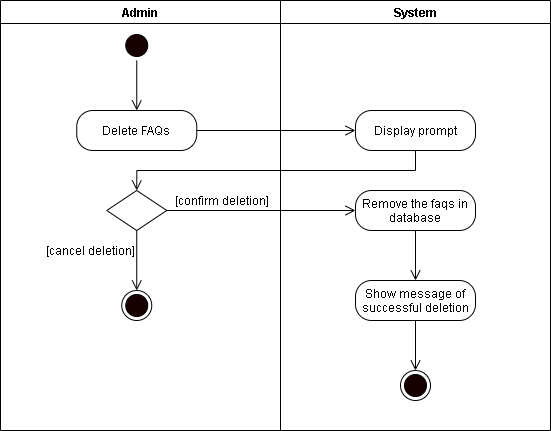
This is REVISIONS/UML-DIAGRAMS/6-9-2021/ACTIVITY DIAGRAM/21-Delete Faqs.png from mrklglsn/CAPSTONE-FILES, a draw.io export, as it was before one commit. Source tidied: cells renumbered, new cells last; positions are measured from the earlier drawing's top-left corner, leaving out a move shared by most shapes.
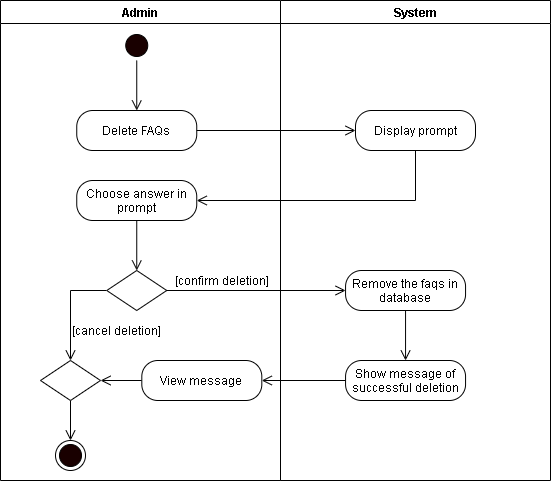
The same file after the commit.

What changed in the source:
```diff
@@ -3,7 +3,7 @@
     <mxCell id="0" />
     <mxCell id="1" parent="0" />
     <mxCell id="2" value="Admin" style="swimlane;startSize=23;" parent="1" vertex="1">
-      <mxGeometry width="280" height="430" as="geometry" />
+      <mxGeometry width="280" height="480" as="geometry" />
     </mxCell>
     <mxCell id="3" style="edgeStyle=orthogonalEdgeStyle;rounded=0;jettySize=auto;html=1;exitX=0.5;exitY=1;exitDx=0;exitDy=0;entryX=0.5;entryY=0;entryDx=0;entryDy=0;endArrow=open;endFill=0;endSize=8;" parent="2" edge="1" source="4">
       <mxGeometry relative="1" as="geometry">
@@ -16,54 +16,69 @@
     <mxCell id="5" value="Delete FAQs" style="rounded=1;whiteSpace=wrap;html=1;arcSize=40;" parent="2" vertex="1">
       <mxGeometry x="76.2" y="110" width="120" height="40" as="geometry" />
     </mxCell>
+    <mxCell id="21" style="edgeStyle=orthogonalEdgeStyle;rounded=0;jettySize=auto;html=1;exitX=0;exitY=0.5;exitDx=0;exitDy=0;endArrow=open;endFill=0;endSize=8;entryX=0.5;entryY=0;entryDx=0;entryDy=0;" parent="2" edge="1" source="6" target="23">
+      <mxGeometry relative="1" as="geometry" />
+    </mxCell>
     <mxCell id="6" style="rhombus;whiteSpace=wrap;html=1;" parent="2" vertex="1">
-      <mxGeometry x="106.2" y="190" width="60" height="40" as="geometry" />
+      <mxGeometry x="106.2" y="270" width="60" height="40" as="geometry" />
     </mxCell>
     <mxCell id="7" value="[confirm deletion]" style="text;html=1;align=center;verticalAlign=middle;strokeColor=none;" parent="2" vertex="1">
-      <mxGeometry x="166.2" y="190" width="110" height="20" as="geometry" />
+      <mxGeometry x="166.2" y="270" width="110" height="20" as="geometry" />
     </mxCell>
     <mxCell id="8" value="[cancel deletion]" style="text;html=1;align=center;verticalAlign=middle;strokeColor=none;" parent="2" vertex="1">
-      <mxGeometry x="40" y="240" width="100" height="20" as="geometry" />
+      <mxGeometry x="66.2" y="320" width="100" height="20" as="geometry" />
     </mxCell>
     <mxCell id="9" style="ellipse;html=1;shape=endState;fillColor=#190000;" parent="2" vertex="1">
-      <mxGeometry x="121.2" y="290" width="30" height="30" as="geometry" />
+      <mxGeometry x="55" y="440" width="30" height="30" as="geometry" />
     </mxCell>
-    <mxCell id="10" style="edgeStyle=orthogonalEdgeStyle;rounded=0;jettySize=auto;html=1;exitX=0.5;exitY=1;exitDx=0;exitDy=0;endArrow=open;endFill=0;endSize=8;entryX=0.5;entryY=0;entryDx=0;entryDy=0;" parent="2" edge="1" source="6" target="9">
-      <mxGeometry relative="1" as="geometry" />
-    </mxCell>
+    <mxCell id="22" style="edgeStyle=orthogonalEdgeStyle;rounded=0;jettySize=auto;html=1;exitX=0.5;exitY=1;exitDx=0;exitDy=0;entryX=0.5;entryY=0;entryDx=0;entryDy=0;endArrow=open;endFill=0;endSize=8;" parent="2" edge="1" source="23" target="9">
+      <mxGeometry relative="1" as="geometry" />
+    </mxCell>
+    <mxCell id="23" style="rhombus;whiteSpace=wrap;html=1;" parent="2" vertex="1">
+      <mxGeometry x="40" y="360" width="60" height="40" as="geometry" />
+    </mxCell>
+    <mxCell id="24" style="edgeStyle=orthogonalEdgeStyle;rounded=0;jettySize=auto;html=1;exitX=0;exitY=0.5;exitDx=0;exitDy=0;endArrow=open;endFill=0;endSize=8;" parent="2" edge="1" source="25">
+      <mxGeometry relative="1" as="geometry">
+        <mxPoint x="100" y="380" as="targetPoint" />
+      </mxGeometry>
+    </mxCell>
+    <mxCell id="25" value="View message" style="rounded=1;whiteSpace=wrap;html=1;arcSize=40;" parent="2" vertex="1">
+      <mxGeometry x="141.3" y="360" width="120" height="40" as="geometry" />
+    </mxCell>
+    <mxCell id="26" style="edgeStyle=orthogonalEdgeStyle;rounded=0;jettySize=auto;html=1;exitX=0.5;exitY=1;exitDx=0;exitDy=0;entryX=0.5;entryY=0;entryDx=0;entryDy=0;endArrow=open;endFill=0;endSize=8;" parent="2" edge="1" source="27" target="6">
+      <mxGeometry relative="1" as="geometry" />
+    </mxCell>
+    <mxCell id="27" value="Choose answer in prompt" style="rounded=1;whiteSpace=wrap;html=1;arcSize=40;" parent="2" vertex="1">
+      <mxGeometry x="76.2" y="180" width="120" height="40" as="geometry" />
+    </mxCell>
     <mxCell id="11" value="System" style="swimlane;" parent="1" vertex="1">
-      <mxGeometry x="280" width="270" height="430" as="geometry" />
+      <mxGeometry x="280" width="270" height="480" as="geometry" />
     </mxCell>
     <mxCell id="12" value="Display prompt" style="rounded=1;whiteSpace=wrap;html=1;arcSize=40;" parent="11" vertex="1">
       <mxGeometry x="75" y="110" width="120" height="40" as="geometry" />
     </mxCell>
     <mxCell id="13" value="Remove the faqs in database" style="rounded=1;whiteSpace=wrap;html=1;arcSize=40;" parent="11" vertex="1">
-      <mxGeometry x="75" y="190" width="120" height="40" as="geometry" />
+      <mxGeometry x="65" y="270" width="120" height="40" as="geometry" />
     </mxCell>
     <mxCell id="14" value="Show message of successful deletion" style="rounded=1;whiteSpace=wrap;html=1;arcSize=40;" parent="11" vertex="1">
-      <mxGeometry x="75" y="280" width="120" height="40" as="geometry" />
+      <mxGeometry x="65" y="360" width="120" height="40" as="geometry" />
     </mxCell>
-    <mxCell id="15" style="ellipse;html=1;shape=endState;fillColor=#190000;" parent="11" vertex="1">
-      <mxGeometry x="120" y="370" width="30" height="30" as="geometry" />
-    </mxCell>
     <mxCell id="16" style="edgeStyle=orthogonalEdgeStyle;rounded=0;jettySize=auto;html=1;exitX=1;exitY=0.5;exitDx=0;exitDy=0;endArrow=open;endFill=0;endSize=8;entryX=0;entryY=0.5;entryDx=0;entryDy=0;" parent="1" edge="1" source="5" target="12">
       <mxGeometry relative="1" as="geometry" />
     </mxCell>
-    <mxCell id="17" style="edgeStyle=orthogonalEdgeStyle;rounded=0;jettySize=auto;html=1;exitX=0.5;exitY=1;exitDx=0;exitDy=0;endArrow=open;endFill=0;endSize=8;entryX=0.5;entryY=0;entryDx=0;entryDy=0;" parent="1" edge="1" source="12" target="6">
-      <mxGeometry relative="1" as="geometry" />
-    </mxCell>
     <mxCell id="18" style="edgeStyle=orthogonalEdgeStyle;rounded=0;jettySize=auto;html=1;exitX=1;exitY=0.5;exitDx=0;exitDy=0;endArrow=open;endFill=0;endSize=8;entryX=0;entryY=0.5;entryDx=0;entryDy=0;" parent="1" edge="1" source="6" target="13">
       <mxGeometry relative="1" as="geometry" />
     </mxCell>
     <mxCell id="19" style="edgeStyle=orthogonalEdgeStyle;rounded=0;jettySize=auto;html=1;exitX=0.5;exitY=1;exitDx=0;exitDy=0;endArrow=open;endFill=0;endSize=8;" parent="1" edge="1" source="13">
       <mxGeometry relative="1" as="geometry">
-        <mxPoint x="415" y="280" as="targetPoint" />
+        <mxPoint x="405.1" y="360" as="targetPoint" />
       </mxGeometry>
     </mxCell>
-    <mxCell id="20" style="edgeStyle=orthogonalEdgeStyle;rounded=0;jettySize=auto;html=1;exitX=0.5;exitY=1;exitDx=0;exitDy=0;endArrow=open;endFill=0;endSize=8;" parent="1" edge="1" source="14">
-      <mxGeometry relative="1" as="geometry">
-        <mxPoint x="415" y="370" as="targetPoint" />
-      </mxGeometry>
-    </mxCell>
+    <mxCell id="28" style="edgeStyle=orthogonalEdgeStyle;rounded=0;jettySize=auto;html=1;exitX=0;exitY=0.5;exitDx=0;exitDy=0;entryX=1;entryY=0.5;entryDx=0;entryDy=0;endArrow=open;endFill=0;endSize=8;" parent="1" edge="1" source="14" target="25">
+      <mxGeometry relative="1" as="geometry" />
+    </mxCell>
+    <mxCell id="29" style="edgeStyle=orthogonalEdgeStyle;rounded=0;jettySize=auto;html=1;exitX=0.5;exitY=1;exitDx=0;exitDy=0;entryX=1;entryY=0.5;entryDx=0;entryDy=0;endArrow=open;endFill=0;endSize=8;" parent="1" edge="1" source="12" target="27">
+      <mxGeometry relative="1" as="geometry" />
+    </mxCell>
   </root>
 </mxGraphModel>
```
